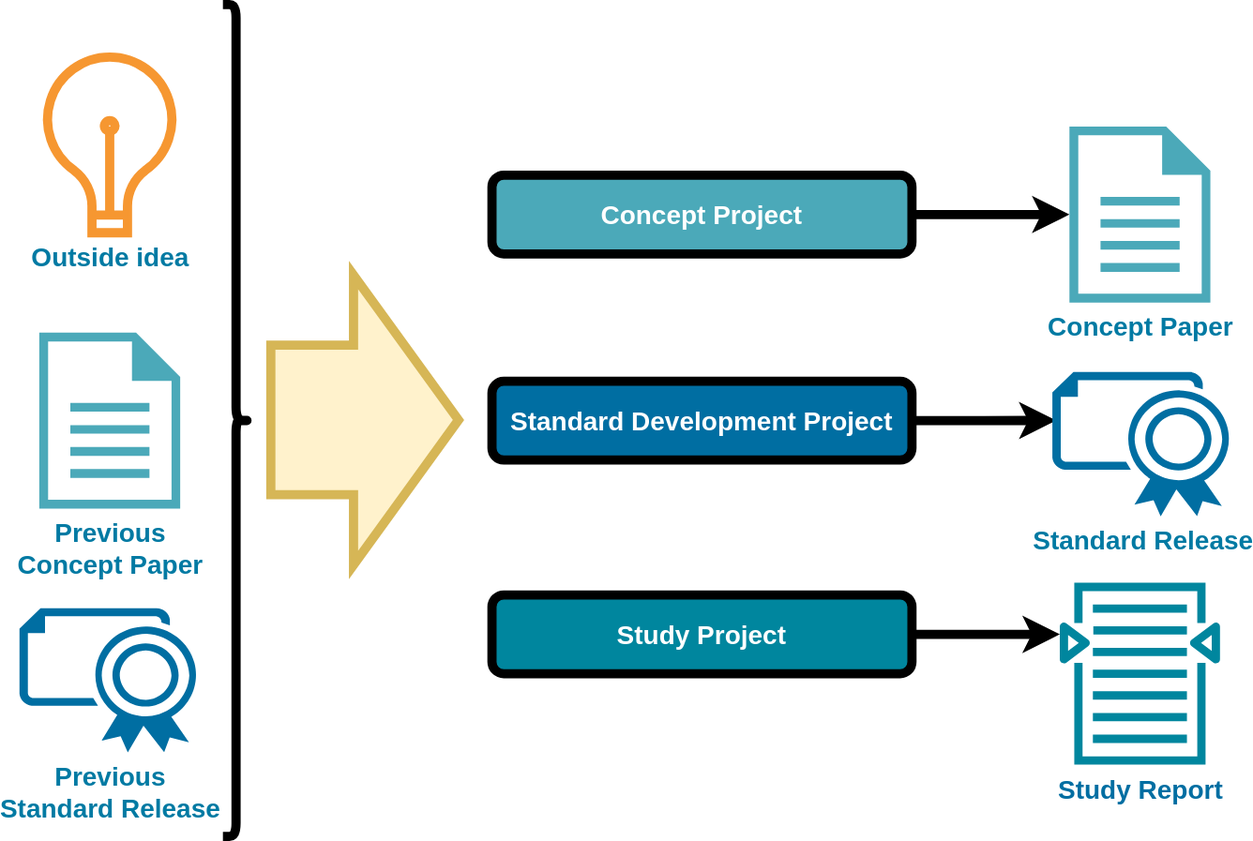
Above: content/modules/concepts/assets/images/project_types_overview.drawio.svg in asam-ev/asam-project-guide-content (draw.io), before the change. Source tidied: cells renumbered, new cells last; positions are measured from the earlier drawing's top-left corner, leaving out a move shared by most shapes. Its diagram source:
```xml
<mxGraphModel>
  <root>
    <mxCell id="0" />
    <mxCell id="1" parent="0" />
    <mxCell id="2" style="edgeStyle=orthogonalEdgeStyle;rounded=0;jettySize=auto;html=1;exitX=1;exitY=0.5;exitDx=0;exitDy=0;fontSize=20;fontColor=#FFFFFF;strokeWidth=7;" parent="1" edge="1" source="3" target="13">
      <mxGeometry relative="1" as="geometry" />
    </mxCell>
    <mxCell id="3" value="Concept Project" style="rounded=1;whiteSpace=wrap;html=1;perimeterSpacing=0;strokeWidth=7;fillColor=#4BA9B9;fontStyle=1;fontSize=20;fontColor=#FFFFFF;" parent="1" vertex="1">
      <mxGeometry x="360" y="130" width="320" height="60" as="geometry" />
    </mxCell>
    <mxCell id="4" value="Outside idea" style="html=1;verticalLabelPosition=bottom;align=center;labelBackgroundColor=#ffffff;verticalAlign=top;strokeWidth=7;strokeColor=#F69731;shadow=0;dashed=0;shape=mxgraph.ios7.icons.lightbulb;fontStyle=1;fontColor=#007AA3;fontSize=20;" parent="1" vertex="1">
      <mxGeometry x="17.4" y="40" width="102.8" height="133.9" as="geometry" />
    </mxCell>
    <mxCell id="5" value="Previous &lt;br&gt;Standard Release" style="verticalLabelPosition=bottom;html=1;verticalAlign=top;align=center;strokeColor=none;fillColor=#006EA2;shape=mxgraph.azure.certificate;fontSize=20;fontStyle=1;fontColor=#007AA3;" parent="1" vertex="1">
      <mxGeometry y="460" width="137.5" height="110" as="geometry" />
    </mxCell>
    <mxCell id="6" value="Previous &lt;br&gt;Concept Paper" style="sketch=0;shadow=0;dashed=0;html=1;strokeColor=none;labelPosition=center;verticalLabelPosition=bottom;verticalAlign=top;align=center;fillColor=#4BA9B9;shape=mxgraph.mscae.enterprise.document;fontStyle=1;fontSize=20;fontColor=#007AA3;" parent="1" vertex="1">
      <mxGeometry x="15.1" y="250" width="107.4" height="134.2" as="geometry" />
    </mxCell>
    <mxCell id="7" style="edgeStyle=orthogonalEdgeStyle;rounded=0;jettySize=auto;html=1;exitX=1;exitY=0.5;exitDx=0;exitDy=0;fontSize=20;fontColor=#FFFFFF;strokeWidth=7;entryX=0.022;entryY=0.336;entryDx=0;entryDy=0;entryPerimeter=0;" parent="1" edge="1" source="8" target="14">
      <mxGeometry relative="1" as="geometry" />
    </mxCell>
    <mxCell id="8" value="Standard Development Project" style="rounded=1;whiteSpace=wrap;html=1;perimeterSpacing=0;strokeWidth=7;fillColor=#006EA2;fontStyle=1;fontSize=20;fontColor=#FFFFFF;" parent="1" vertex="1">
      <mxGeometry x="360" y="287.1" width="320" height="60" as="geometry" />
    </mxCell>
    <mxCell id="9" style="edgeStyle=orthogonalEdgeStyle;rounded=0;jettySize=auto;html=1;exitX=1;exitY=0.5;exitDx=0;exitDy=0;fontSize=20;fontColor=#FFFFFF;strokeWidth=7;" parent="1" edge="1" source="10" target="15">
      <mxGeometry relative="1" as="geometry">
        <Array as="points">
          <mxPoint x="770" y="480" />
          <mxPoint x="770" y="480" />
        </Array>
      </mxGeometry>
    </mxCell>
    <mxCell id="10" value="Study Project" style="rounded=1;whiteSpace=wrap;html=1;perimeterSpacing=0;strokeWidth=7;fillColor=#00869E;fontStyle=1;fontSize=20;fontColor=#FFFFFF;" parent="1" vertex="1">
      <mxGeometry x="360" y="450" width="320" height="60" as="geometry" />
    </mxCell>
    <mxCell id="11" style="shape=flexArrow;endArrow=classic;html=1;rounded=0;fontSize=20;fontColor=#007AA3;endWidth=100;endSize=24.33;width=108;strokeWidth=7;fillColor=#fff2cc;strokeColor=#d6b656;" parent="1" edge="1">
      <mxGeometry relative="1" as="geometry">
        <mxPoint x="188" y="316.6" as="sourcePoint" />
        <mxPoint x="338" y="316.6" as="targetPoint" />
      </mxGeometry>
    </mxCell>
    <mxCell id="12" style="shape=curlyBracket;whiteSpace=wrap;html=1;rounded=1;flipH=1;fontSize=20;fontColor=#000000;strokeColor=#000000;strokeWidth=7;fillColor=#000000;" parent="1" vertex="1">
      <mxGeometry x="155" width="20" height="634" as="geometry" />
    </mxCell>
    <mxCell id="13" value="Concept Paper" style="sketch=0;shadow=0;dashed=0;html=1;strokeColor=none;labelPosition=center;verticalLabelPosition=bottom;verticalAlign=top;align=center;fillColor=#4BA9B9;shape=mxgraph.mscae.enterprise.document;fontStyle=1;fontSize=20;fontColor=#007AA3;" parent="1" vertex="1">
      <mxGeometry x="800" y="92.9" width="107.4" height="134.2" as="geometry" />
    </mxCell>
    <mxCell id="14" value="Standard Release" style="verticalLabelPosition=bottom;html=1;verticalAlign=top;align=center;strokeColor=none;fillColor=#006EA2;shape=mxgraph.azure.certificate;fontSize=20;fontStyle=1;fontColor=#007AA3;" parent="1" vertex="1">
      <mxGeometry x="787" y="280" width="137.5" height="110" as="geometry" />
    </mxCell>
    <mxCell id="15" value="Study Report" style="sketch=0;outlineConnect=0;fontColor=#006EA2;gradientColor=none;fillColor=#00869E;strokeColor=none;dashed=0;verticalLabelPosition=bottom;verticalAlign=top;align=center;html=1;fontSize=20;fontStyle=1;shape=mxgraph.aws4.search_documents;" parent="1" vertex="1">
      <mxGeometry x="792.7" y="440" width="122" height="140" as="geometry" />
    </mxCell>
  </root>
</mxGraphModel>
```
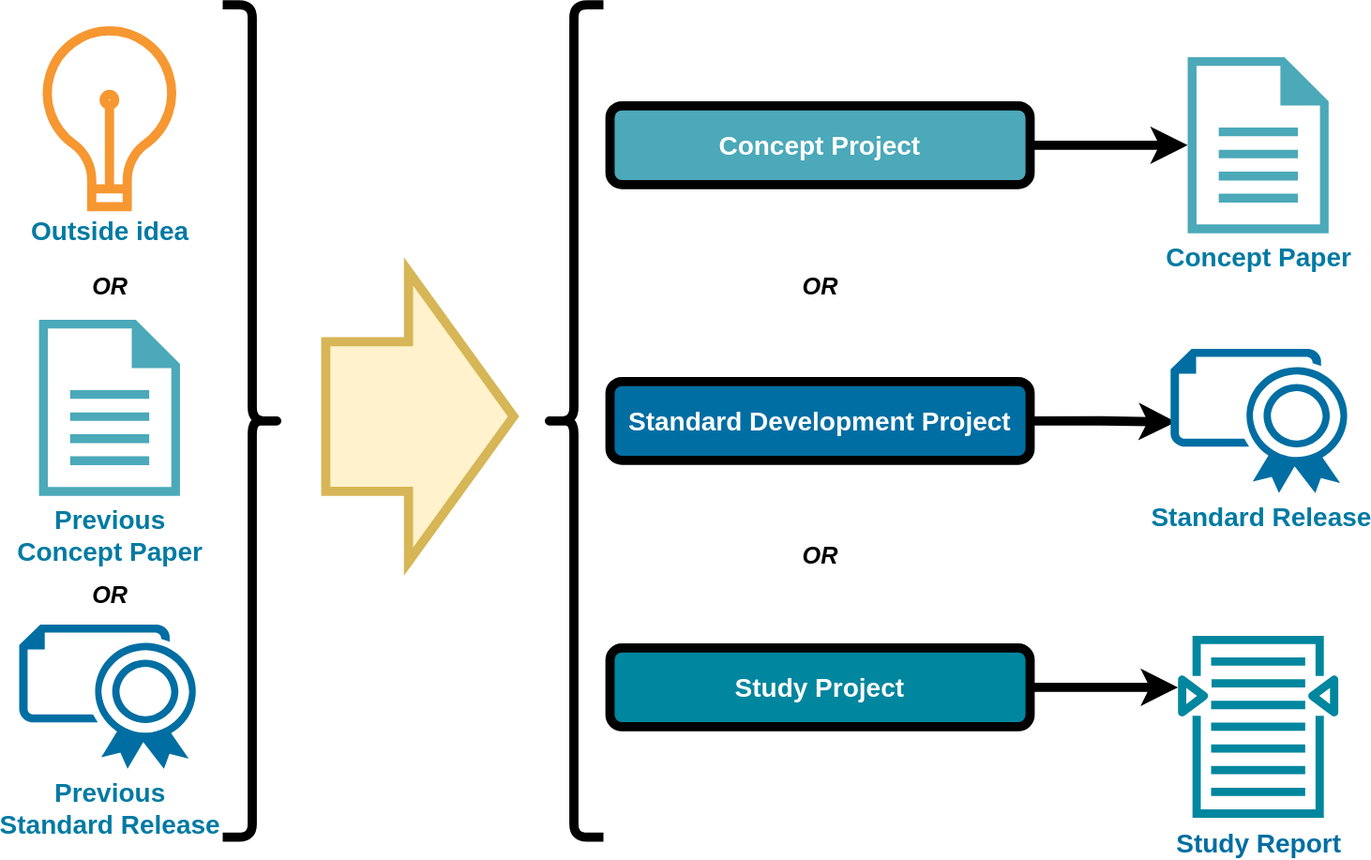
The same file after the commit.

Diff of the diagram source:
```diff
@@ -5,52 +5,67 @@
     <mxCell id="2" style="edgeStyle=orthogonalEdgeStyle;rounded=0;jettySize=auto;html=1;exitX=1;exitY=0.5;exitDx=0;exitDy=0;fontSize=20;fontColor=#FFFFFF;strokeWidth=7;" parent="1" edge="1" source="3" target="13">
       <mxGeometry relative="1" as="geometry" />
     </mxCell>
-    <mxCell id="3" value="Concept Project" style="rounded=1;whiteSpace=wrap;html=1;perimeterSpacing=0;strokeWidth=7;fillColor=#4BA9B9;fontStyle=1;fontSize=20;fontColor=#FFFFFF;" parent="1" vertex="1">
-      <mxGeometry x="360" y="130" width="320" height="60" as="geometry" />
+    <mxCell id="3" value="Concept Project" style="rounded=1;whiteSpace=wrap;html=1;perimeterSpacing=0;strokeWidth=7;fillColor=#4BA9B9;fontStyle=1;fontSize=20;fontColor=#FFFFFF;flipV=0;" parent="1" vertex="1">
+      <mxGeometry x="450" y="77.1" width="320" height="60" as="geometry" />
     </mxCell>
     <mxCell id="4" value="Outside idea" style="html=1;verticalLabelPosition=bottom;align=center;labelBackgroundColor=#ffffff;verticalAlign=top;strokeWidth=7;strokeColor=#F69731;shadow=0;dashed=0;shape=mxgraph.ios7.icons.lightbulb;fontStyle=1;fontColor=#007AA3;fontSize=20;" parent="1" vertex="1">
-      <mxGeometry x="17.4" y="40" width="102.8" height="133.9" as="geometry" />
+      <mxGeometry x="17.4" y="20" width="102.8" height="133.9" as="geometry" />
     </mxCell>
     <mxCell id="5" value="Previous &lt;br&gt;Standard Release" style="verticalLabelPosition=bottom;html=1;verticalAlign=top;align=center;strokeColor=none;fillColor=#006EA2;shape=mxgraph.azure.certificate;fontSize=20;fontStyle=1;fontColor=#007AA3;" parent="1" vertex="1">
-      <mxGeometry y="460" width="137.5" height="110" as="geometry" />
+      <mxGeometry y="472.1" width="137.5" height="110" as="geometry" />
     </mxCell>
     <mxCell id="6" value="Previous &lt;br&gt;Concept Paper" style="sketch=0;shadow=0;dashed=0;html=1;strokeColor=none;labelPosition=center;verticalLabelPosition=bottom;verticalAlign=top;align=center;fillColor=#4BA9B9;shape=mxgraph.mscae.enterprise.document;fontStyle=1;fontSize=20;fontColor=#007AA3;" parent="1" vertex="1">
-      <mxGeometry x="15.1" y="250" width="107.4" height="134.2" as="geometry" />
+      <mxGeometry x="15.1" y="240" width="107.4" height="134.2" as="geometry" />
     </mxCell>
-    <mxCell id="7" style="edgeStyle=orthogonalEdgeStyle;rounded=0;jettySize=auto;html=1;exitX=1;exitY=0.5;exitDx=0;exitDy=0;fontSize=20;fontColor=#FFFFFF;strokeWidth=7;entryX=0.022;entryY=0.336;entryDx=0;entryDy=0;entryPerimeter=0;" parent="1" edge="1" source="8" target="14">
+    <mxCell id="7" style="edgeStyle=orthogonalEdgeStyle;rounded=0;jettySize=auto;html=1;exitX=1;exitY=0.5;exitDx=0;exitDy=0;fontSize=20;fontColor=#FFFFFF;strokeWidth=7;entryX=0.03;entryY=0.507;entryDx=0;entryDy=0;entryPerimeter=0;" parent="1" edge="1" source="8" target="14">
       <mxGeometry relative="1" as="geometry" />
     </mxCell>
-    <mxCell id="8" value="Standard Development Project" style="rounded=1;whiteSpace=wrap;html=1;perimeterSpacing=0;strokeWidth=7;fillColor=#006EA2;fontStyle=1;fontSize=20;fontColor=#FFFFFF;" parent="1" vertex="1">
-      <mxGeometry x="360" y="287.1" width="320" height="60" as="geometry" />
+    <mxCell id="8" value="Standard Development Project" style="rounded=1;whiteSpace=wrap;html=1;perimeterSpacing=0;strokeWidth=7;fillColor=#006EA2;fontStyle=1;fontSize=20;fontColor=#FFFFFF;flipV=0;" parent="1" vertex="1">
+      <mxGeometry x="450" y="287.1" width="320" height="60" as="geometry" />
     </mxCell>
     <mxCell id="9" style="edgeStyle=orthogonalEdgeStyle;rounded=0;jettySize=auto;html=1;exitX=1;exitY=0.5;exitDx=0;exitDy=0;fontSize=20;fontColor=#FFFFFF;strokeWidth=7;" parent="1" edge="1" source="10" target="15">
       <mxGeometry relative="1" as="geometry">
         <Array as="points">
-          <mxPoint x="770" y="480" />
-          <mxPoint x="770" y="480" />
+          <mxPoint x="860" y="520" />
+          <mxPoint x="860" y="520" />
         </Array>
       </mxGeometry>
     </mxCell>
-    <mxCell id="10" value="Study Project" style="rounded=1;whiteSpace=wrap;html=1;perimeterSpacing=0;strokeWidth=7;fillColor=#00869E;fontStyle=1;fontSize=20;fontColor=#FFFFFF;" parent="1" vertex="1">
-      <mxGeometry x="360" y="450" width="320" height="60" as="geometry" />
+    <mxCell id="10" value="Study Project" style="rounded=1;whiteSpace=wrap;html=1;perimeterSpacing=0;strokeWidth=7;fillColor=#00869E;fontStyle=1;fontSize=20;fontColor=#FFFFFF;flipV=0;" parent="1" vertex="1">
+      <mxGeometry x="450" y="490" width="320" height="60" as="geometry" />
     </mxCell>
     <mxCell id="11" style="shape=flexArrow;endArrow=classic;html=1;rounded=0;fontSize=20;fontColor=#007AA3;endWidth=100;endSize=24.33;width=108;strokeWidth=7;fillColor=#fff2cc;strokeColor=#d6b656;" parent="1" edge="1">
       <mxGeometry relative="1" as="geometry">
-        <mxPoint x="188" y="316.6" as="sourcePoint" />
-        <mxPoint x="338" y="316.6" as="targetPoint" />
+        <mxPoint x="230" y="313.7" as="sourcePoint" />
+        <mxPoint x="380" y="313.7" as="targetPoint" />
       </mxGeometry>
     </mxCell>
     <mxCell id="12" style="shape=curlyBracket;whiteSpace=wrap;html=1;rounded=1;flipH=1;fontSize=20;fontColor=#000000;strokeColor=#000000;strokeWidth=7;fillColor=#000000;" parent="1" vertex="1">
-      <mxGeometry x="155" width="20" height="634" as="geometry" />
+      <mxGeometry x="155" y="0.1" width="45" height="634" as="geometry" />
     </mxCell>
     <mxCell id="13" value="Concept Paper" style="sketch=0;shadow=0;dashed=0;html=1;strokeColor=none;labelPosition=center;verticalLabelPosition=bottom;verticalAlign=top;align=center;fillColor=#4BA9B9;shape=mxgraph.mscae.enterprise.document;fontStyle=1;fontSize=20;fontColor=#007AA3;" parent="1" vertex="1">
-      <mxGeometry x="800" y="92.9" width="107.4" height="134.2" as="geometry" />
+      <mxGeometry x="890" y="40" width="107.4" height="134.2" as="geometry" />
     </mxCell>
     <mxCell id="14" value="Standard Release" style="verticalLabelPosition=bottom;html=1;verticalAlign=top;align=center;strokeColor=none;fillColor=#006EA2;shape=mxgraph.azure.certificate;fontSize=20;fontStyle=1;fontColor=#007AA3;" parent="1" vertex="1">
-      <mxGeometry x="787" y="280" width="137.5" height="110" as="geometry" />
+      <mxGeometry x="877" y="262.1" width="137.5" height="110" as="geometry" />
     </mxCell>
     <mxCell id="15" value="Study Report" style="sketch=0;outlineConnect=0;fontColor=#006EA2;gradientColor=none;fillColor=#00869E;strokeColor=none;dashed=0;verticalLabelPosition=bottom;verticalAlign=top;align=center;html=1;fontSize=20;fontStyle=1;shape=mxgraph.aws4.search_documents;" parent="1" vertex="1">
-      <mxGeometry x="792.7" y="440" width="122" height="140" as="geometry" />
+      <mxGeometry x="882.7" y="480" width="122" height="140" as="geometry" />
     </mxCell>
+    <mxCell id="16" style="shape=curlyBracket;whiteSpace=wrap;html=1;rounded=1;fontSize=20;fillColor=#000000;strokeColor=#000000;fontColor=#000000;strokeWidth=7;" parent="1" vertex="1">
+      <mxGeometry x="400" y="0.1" width="45" height="634" as="geometry" />
+    </mxCell>
+    <mxCell id="17" value="OR" style="text;html=1;align=center;verticalAlign=middle;strokeColor=none;fillColor=none;fontStyle=3;fontSize=18;" parent="1" vertex="1">
+      <mxGeometry x="48.8" y="200" width="40" height="30" as="geometry" />
+    </mxCell>
+    <mxCell id="18" value="OR" style="text;html=1;align=center;verticalAlign=middle;strokeColor=none;fillColor=none;fontStyle=3;fontSize=18;" parent="1" vertex="1">
+      <mxGeometry x="48.8" y="435" width="40" height="30" as="geometry" />
+    </mxCell>
+    <mxCell id="19" value="OR" style="text;html=1;align=center;verticalAlign=middle;strokeColor=none;fillColor=none;fontStyle=3;fontSize=18;" parent="1" vertex="1">
+      <mxGeometry x="590" y="200" width="40" height="30" as="geometry" />
+    </mxCell>
+    <mxCell id="20" value="OR" style="text;html=1;align=center;verticalAlign=middle;strokeColor=none;fillColor=none;fontStyle=3;fontSize=18;" parent="1" vertex="1">
+      <mxGeometry x="590" y="405" width="40" height="30" as="geometry" />
+    </mxCell>
   </root>
 </mxGraphModel>
```
